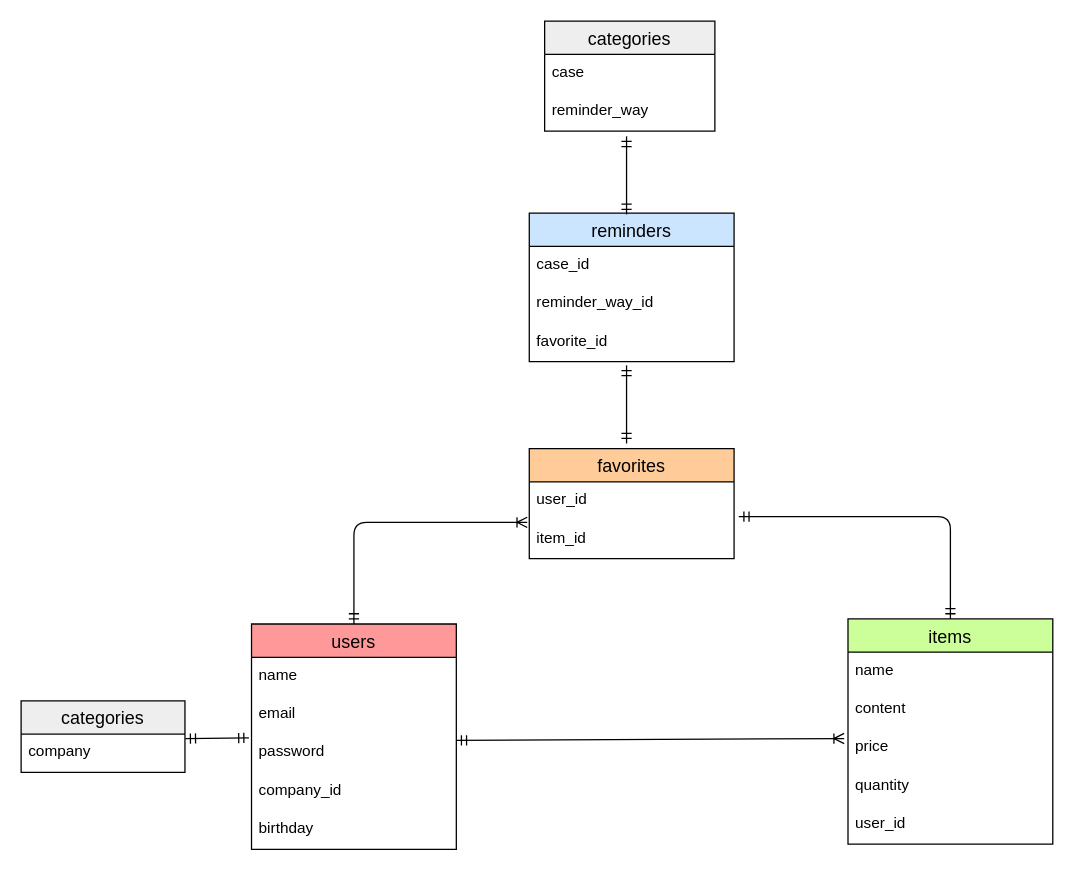
Above: ER-diagram.dio in Koba-Qin-GitHub/smart-buyer (draw.io), before the change. Source tidied: cells renumbered, new cells numbered last; positions are measured from the earlier drawing's top-left corner, leaving out a move shared by most shapes. Both pictures are drawn from the tidied source at 128%, with x=0, y=0 at pixel (20, 20).
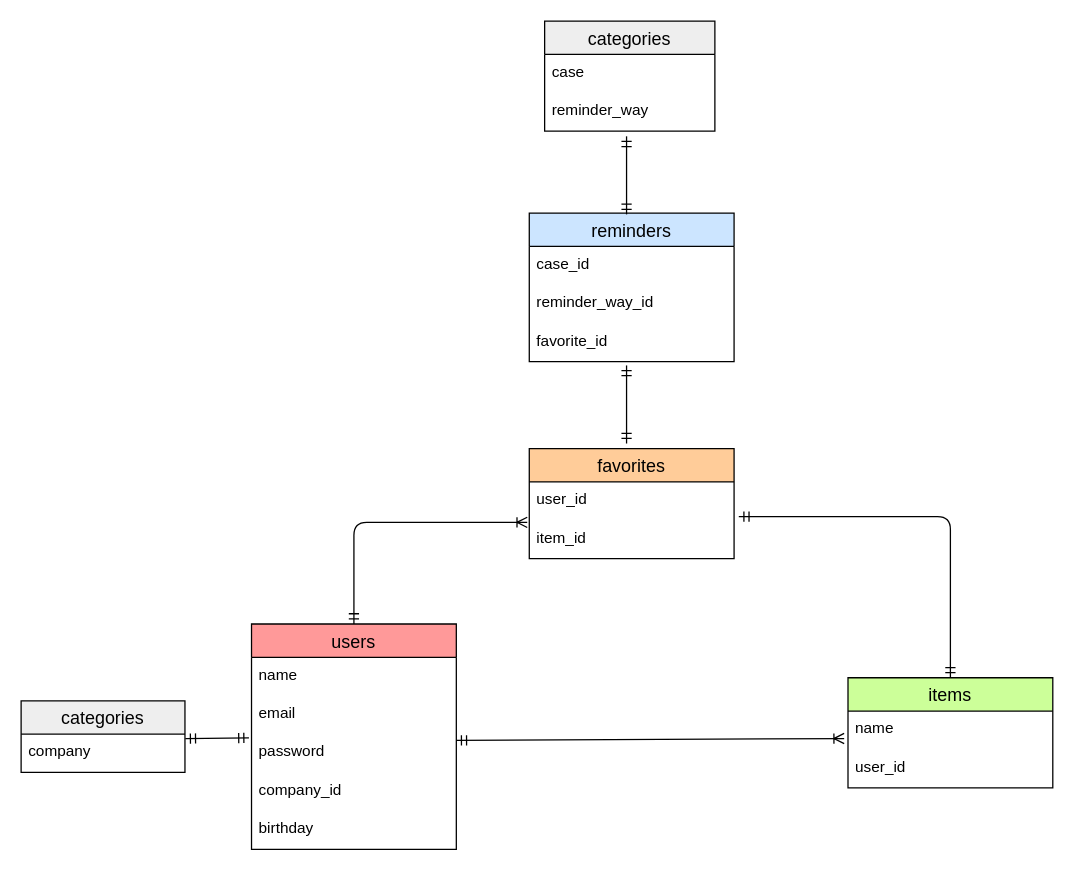
After the change.

The edit, as a diff of the source:
```diff
@@
     <mxCell id="25" value="items" style="swimlane;fontStyle=0;horizontal=1;startSize=26;align=center;fontSize=14;shadow=0;fillColor=#CCFF99;" parent="1" vertex="1">
-      <mxGeometry x="646" y="467" width="160" height="176" as="geometry" />
+      <mxGeometry x="646" y="513" width="160" height="86" as="geometry" />
     </mxCell>
@@
-    <mxCell id="27" value="content" style="text;strokeColor=none;fillColor=none;spacingLeft=4;spacingRight=4;overflow=hidden;fontSize=12;shadow=0;" parent="25" vertex="1">
-      <mxGeometry y="56" width="160" height="30" as="geometry" />
-    </mxCell>
-    <mxCell id="28" value="price" style="text;strokeColor=none;fillColor=none;spacingLeft=4;spacingRight=4;overflow=hidden;fontSize=12;shadow=0;" parent="25" vertex="1">
-      <mxGeometry y="86" width="160" height="30" as="geometry" />
-    </mxCell>
-    <mxCell id="29" value="quantity" style="text;strokeColor=none;fillColor=none;spacingLeft=4;spacingRight=4;overflow=hidden;fontSize=12;shadow=0;" parent="25" vertex="1">
-      <mxGeometry y="116" width="160" height="30" as="geometry" />
-    </mxCell>
     <mxCell id="30" value="user_id" style="text;strokeColor=none;fillColor=none;spacingLeft=4;spacingRight=4;overflow=hidden;fontSize=12;shadow=0;" parent="25" vertex="1">
-      <mxGeometry y="146" width="160" height="30" as="geometry" />
+      <mxGeometry y="56" width="160" height="30" as="geometry" />
     </mxCell>
```
